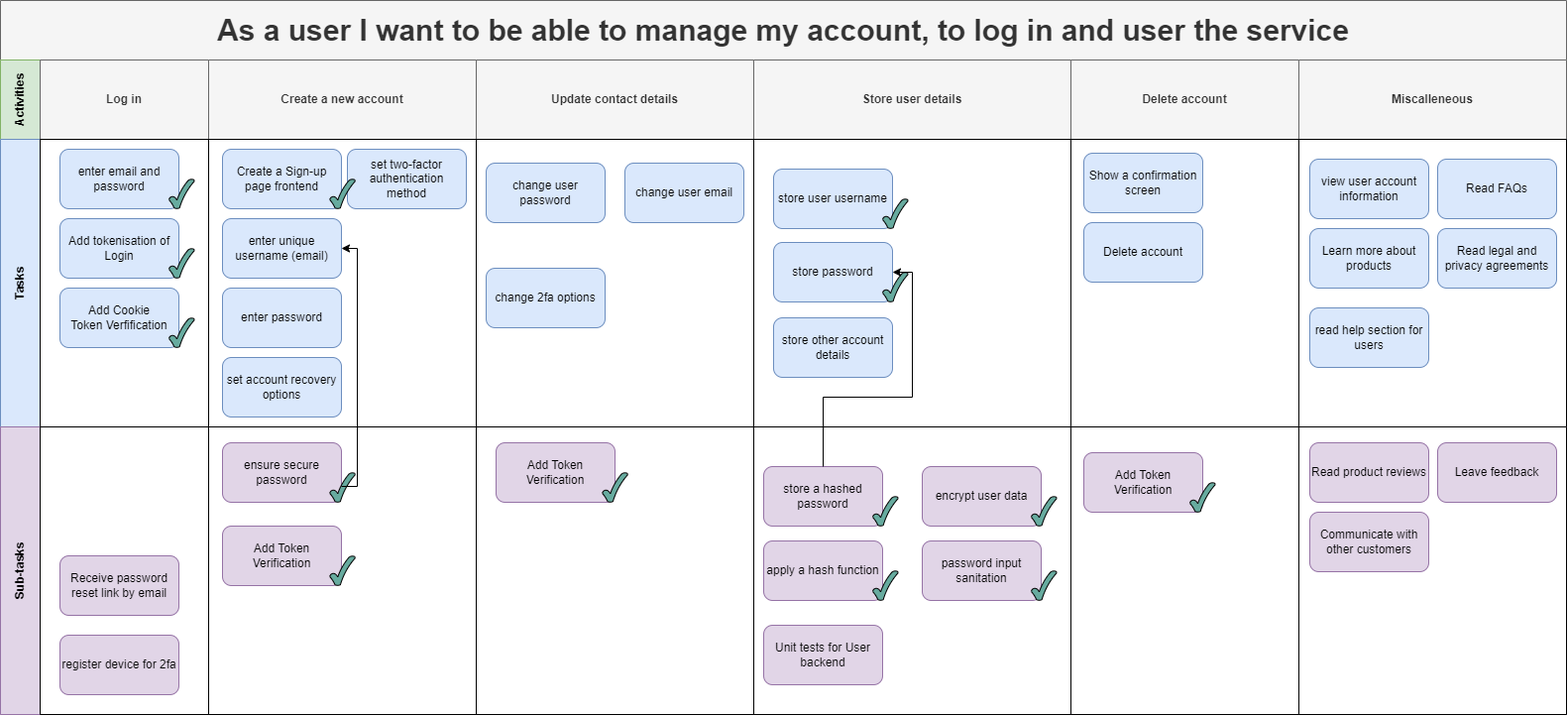
Before: Documentation/Project Diagrams/Story Maps/Manage Account Theme.png, a diagram exported from draw.io (ickeyben123/AR). Source tidied: cells renumbered, new cells last; positions are measured from the earlier drawing's top-left corner, leaving out a move shared by most shapes.
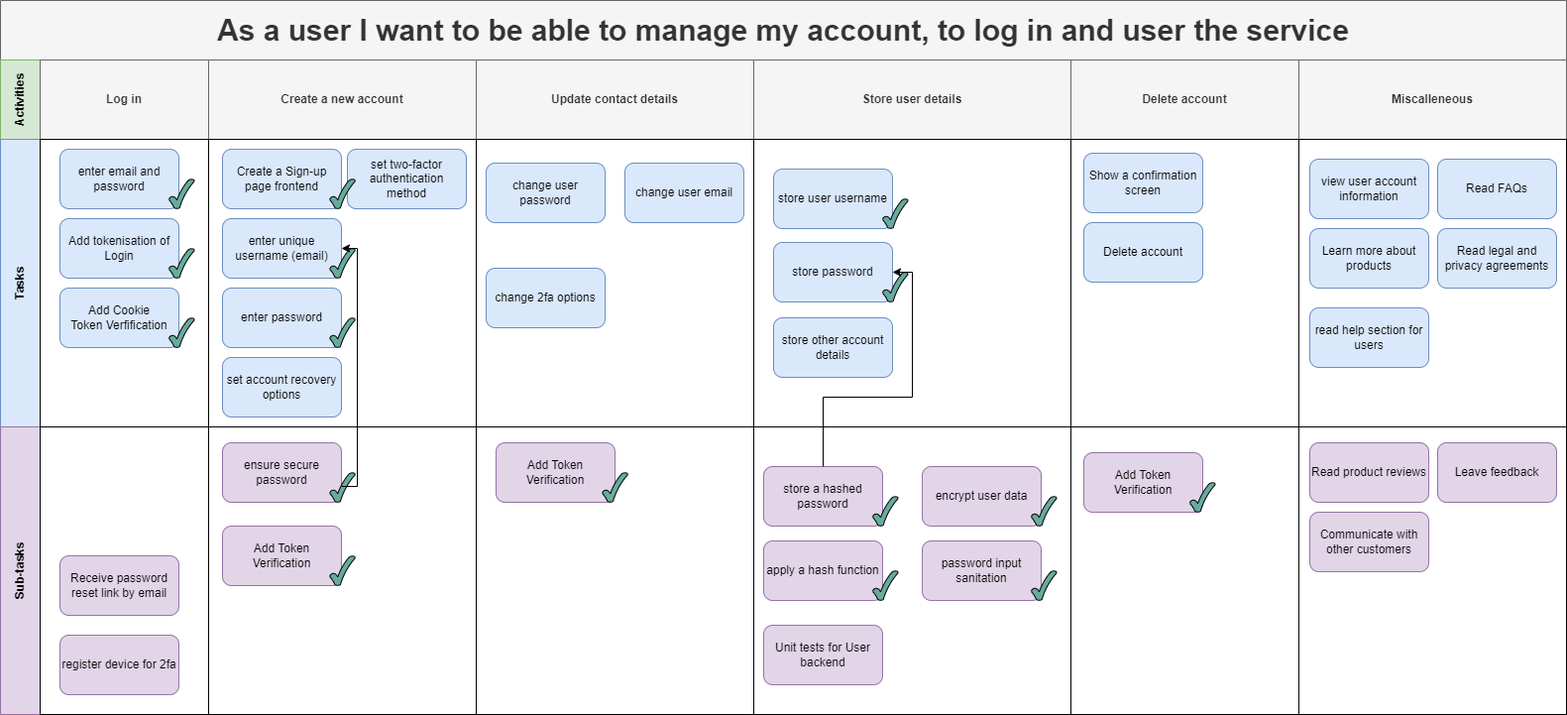
After the commit.

Diff of the diagram source:
```diff
@@ -71,6 +71,12 @@
     <mxCell id="24" style="verticalLabelPosition=bottom;verticalAlign=top;html=1;shape=mxgraph.basic.tick;fillColor=#67AB9F;" parent="18" vertex="1">
       <mxGeometry x="122.2" y="40" width="25.5" height="30" as="geometry" />
     </mxCell>
+    <mxCell id="75" style="verticalLabelPosition=bottom;verticalAlign=top;html=1;shape=mxgraph.basic.tick;fillColor=#67AB9F;" parent="18" vertex="1">
+      <mxGeometry x="122.2" y="110" width="25.5" height="30" as="geometry" />
+    </mxCell>
+    <mxCell id="76" style="verticalLabelPosition=bottom;verticalAlign=top;html=1;shape=mxgraph.basic.tick;fillColor=#67AB9F;" parent="18" vertex="1">
+      <mxGeometry x="122.2" y="180" width="25.5" height="30" as="geometry" />
+    </mxCell>
     <mxCell id="25" style="swimlane;startSize=0;html=1;whiteSpace=wrap;" parent="10" vertex="1">
       <mxGeometry x="480" width="280" height="290" as="geometry" />
     </mxCell>
```
